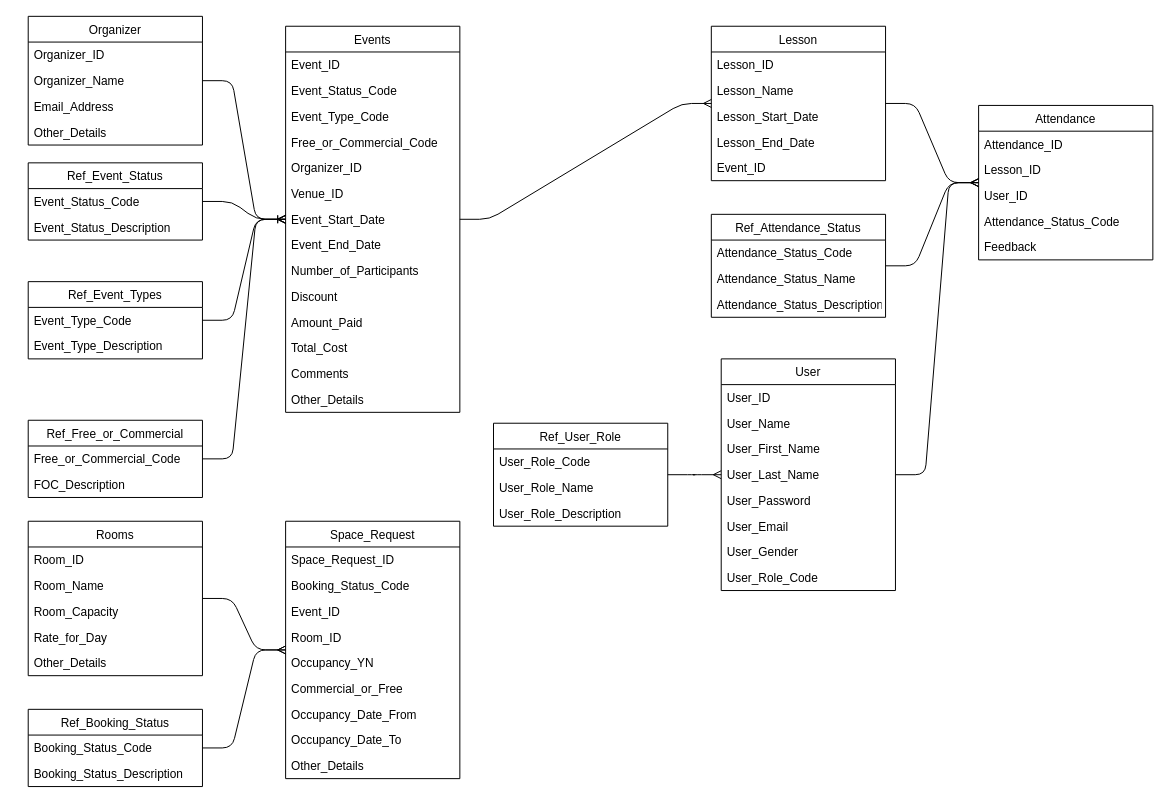
This is page "ERD" (2 of 4) of DellEvent.drawio from frostyseb/ITDP, a draw.io file, before an edit. Source tidied: cells renumbered, new cells numbered last; positions are measured from the earlier drawing's top-left corner, leaving out a move shared by most shapes. Both pictures are drawn from the tidied source at 99%, with x=0, y=0 at pixel (28, 16).
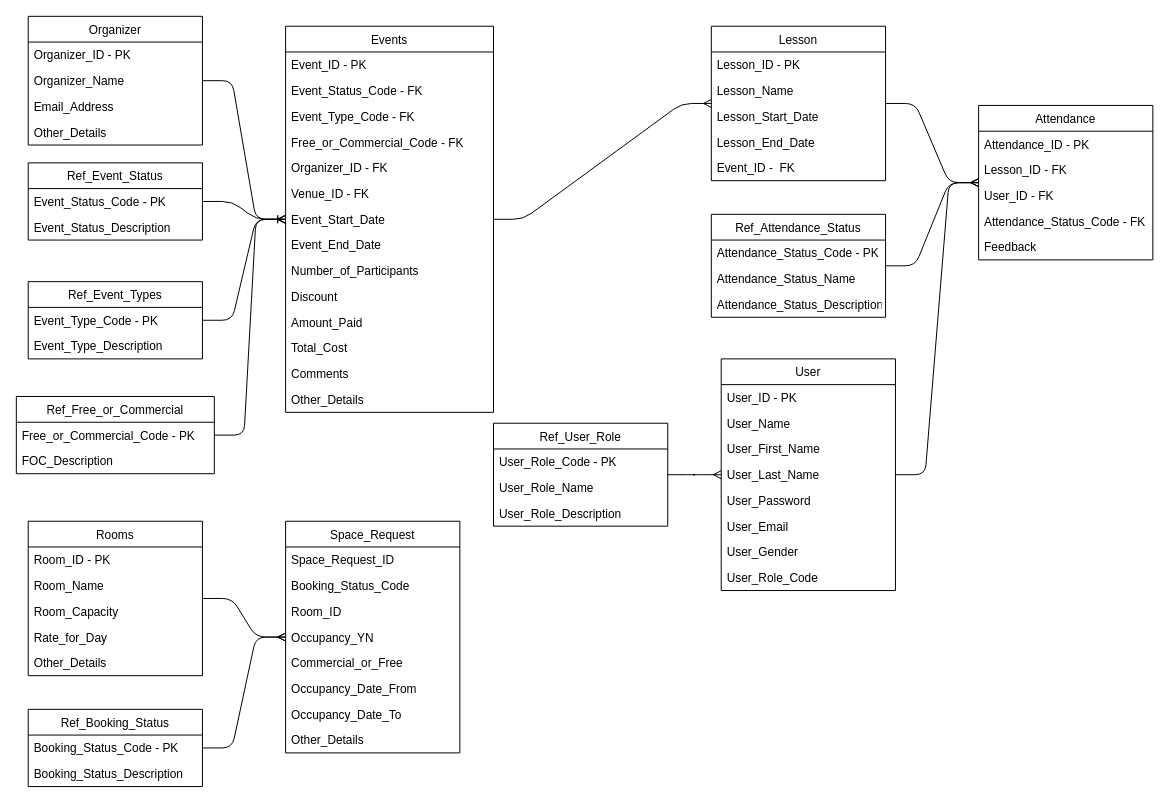
Above is the later version.

Commit message:
Added DBMS Key Type

The change refers to these unchanged cells:
```xml
<mxCell id="17" value="Organizer" style="swimlane;fontStyle=0;horizontal=1;startSize=26;fillColor=none;" parent="1" vertex="1">
  <mxGeometry width="176" height="130" as="geometry" />
</mxCell>
<mxCell id="22" value="Attendance" style="swimlane;fontStyle=0;horizontal=1;startSize=26;fillColor=none;" parent="1" vertex="1">
  <mxGeometry x="960" y="90" width="176" height="156" as="geometry" />
</mxCell>
<mxCell id="28" value="Ref_Event_Status" style="swimlane;fontStyle=0;horizontal=1;startSize=26;fillColor=none;" parent="1" vertex="1">
  <mxGeometry y="148" width="176" height="78" as="geometry" />
</mxCell>
<mxCell id="31" value="Ref_Event_Types" style="swimlane;fontStyle=0;horizontal=1;startSize=26;fillColor=none;" parent="1" vertex="1">
  <mxGeometry y="268" width="176" height="78" as="geometry" />
</mxCell>
<mxCell id="47" value="Rooms" style="swimlane;fontStyle=0;horizontal=1;startSize=26;fillColor=none;" parent="1" vertex="1">
  <mxGeometry y="510" width="176" height="156" as="geometry" />
</mxCell>
<mxCell id="53" value="Ref_Booking_Status" style="swimlane;fontStyle=0;horizontal=1;startSize=26;fillColor=none;" parent="1" vertex="1">
  <mxGeometry y="700" width="176" height="78" as="geometry" />
</mxCell>
<mxCell id="56" value="User" style="swimlane;fontStyle=0;horizontal=1;startSize=26;fillColor=none;" parent="1" vertex="1">
  <mxGeometry x="700" y="346" width="176" height="234" as="geometry" />
</mxCell>
<mxCell id="65" value="Lesson" style="swimlane;fontStyle=0;horizontal=1;startSize=26;fillColor=none;" parent="1" vertex="1">
  <mxGeometry x="690" y="10" width="176" height="156" as="geometry" />
</mxCell>
<mxCell id="71" value="Ref_Attendance_Status" style="swimlane;fontStyle=0;horizontal=1;startSize=26;fillColor=none;" parent="1" vertex="1">
  <mxGeometry x="690" y="200" width="176" height="104" as="geometry" />
</mxCell>
<mxCell id="85" value="Ref_User_Role" style="swimlane;fontStyle=0;horizontal=1;startSize=26;fillColor=none;" parent="1" vertex="1">
  <mxGeometry x="470" y="411" width="176" height="104" as="geometry" />
</mxCell>
```

What changed in the source:
```diff
@@
     <mxCell id="2" value="Events" style="swimlane;fontStyle=0;horizontal=1;startSize=26;fillColor=none;" parent="1" vertex="1">
-      <mxGeometry x="260" y="10" width="176" height="390" as="geometry" />
+      <mxGeometry x="260" y="10" width="210" height="390" as="geometry" />
     </mxCell>
-    <mxCell id="3" value="Event_ID" style="text;strokeColor=none;fillColor=none;align=left;verticalAlign=top;spacingLeft=4;spacingRight=4;overflow=hidden;" parent="2" vertex="1">
-      <mxGeometry y="26" width="176" height="26" as="geometry" />
+    <mxCell id="3" value="Event_ID - PK" style="text;strokeColor=none;fillColor=none;align=left;verticalAlign=top;spacingLeft=4;spacingRight=4;overflow=hidden;" parent="2" vertex="1">
+      <mxGeometry y="26" width="210" height="26" as="geometry" />
     </mxCell>
-    <mxCell id="4" value="Event_Status_Code" style="text;strokeColor=none;fillColor=none;align=left;verticalAlign=top;spacingLeft=4;spacingRight=4;overflow=hidden;" parent="2" vertex="1">
-      <mxGeometry y="52" width="176" height="26" as="geometry" />
+    <mxCell id="4" value="Event_Status_Code - FK" style="text;strokeColor=none;fillColor=none;align=left;verticalAlign=top;spacingLeft=4;spacingRight=4;overflow=hidden;" parent="2" vertex="1">
+      <mxGeometry y="52" width="210" height="26" as="geometry" />
     </mxCell>
-    <mxCell id="5" value="Event_Type_Code" style="text;strokeColor=none;fillColor=none;align=left;verticalAlign=top;spacingLeft=4;spacingRight=4;overflow=hidden;" parent="2" vertex="1">
-      <mxGeometry y="78" width="176" height="26" as="geometry" />
+    <mxCell id="5" value="Event_Type_Code - FK" style="text;strokeColor=none;fillColor=none;align=left;verticalAlign=top;spacingLeft=4;spacingRight=4;overflow=hidden;" parent="2" vertex="1">
+      <mxGeometry y="78" width="210" height="26" as="geometry" />
     </mxCell>
-    <mxCell id="6" value="Free_or_Commercial_Code" style="text;strokeColor=none;fillColor=none;align=left;verticalAlign=top;spacingLeft=4;spacingRight=4;overflow=hidden;" parent="2" vertex="1">
-      <mxGeometry y="104" width="176" height="26" as="geometry" />
+    <mxCell id="6" value="Free_or_Commercial_Code - FK" style="text;strokeColor=none;fillColor=none;align=left;verticalAlign=top;spacingLeft=4;spacingRight=4;overflow=hidden;" parent="2" vertex="1">
+      <mxGeometry y="104" width="210" height="26" as="geometry" />
     </mxCell>
-    <mxCell id="7" value="Organizer_ID" style="text;strokeColor=none;fillColor=none;align=left;verticalAlign=top;spacingLeft=4;spacingRight=4;overflow=hidden;" parent="2" vertex="1">
-      <mxGeometry y="130" width="176" height="26" as="geometry" />
+    <mxCell id="7" value="Organizer_ID - FK" style="text;strokeColor=none;fillColor=none;align=left;verticalAlign=top;spacingLeft=4;spacingRight=4;overflow=hidden;" parent="2" vertex="1">
+      <mxGeometry y="130" width="210" height="26" as="geometry" />
     </mxCell>
-    <mxCell id="8" value="Venue_ID" style="text;strokeColor=none;fillColor=none;align=left;verticalAlign=top;spacingLeft=4;spacingRight=4;overflow=hidden;" parent="2" vertex="1">
-      <mxGeometry y="156" width="176" height="26" as="geometry" />
+    <mxCell id="8" value="Venue_ID - FK" style="text;strokeColor=none;fillColor=none;align=left;verticalAlign=top;spacingLeft=4;spacingRight=4;overflow=hidden;" parent="2" vertex="1">
+      <mxGeometry y="156" width="210" height="26" as="geometry" />
     </mxCell>
     <mxCell id="9" value="Event_Start_Date" style="text;strokeColor=none;fillColor=none;align=left;verticalAlign=top;spacingLeft=4;spacingRight=4;overflow=hidden;points=[[0,0.5],[1,0.5]];portConstraint=eastwest;" parent="2" vertex="1">
-      <mxGeometry y="182" width="176" height="26" as="geometry" />
+      <mxGeometry y="182" width="210" height="26" as="geometry" />
     </mxCell>
     <mxCell id="10" value="Event_End_Date" style="text;strokeColor=none;fillColor=none;align=left;verticalAlign=top;spacingLeft=4;spacingRight=4;overflow=hidden;" parent="2" vertex="1">
-      <mxGeometry y="208" width="176" height="26" as="geometry" />
+      <mxGeometry y="208" width="210" height="26" as="geometry" />
     </mxCell>
     <mxCell id="11" value="Number_of_Participants" style="text;strokeColor=none;fillColor=none;align=left;verticalAlign=top;spacingLeft=4;spacingRight=4;overflow=hidden;" parent="2" vertex="1">
-      <mxGeometry y="234" width="176" height="26" as="geometry" />
+      <mxGeometry y="234" width="210" height="26" as="geometry" />
     </mxCell>
     <mxCell id="12" value="Discount" style="text;strokeColor=none;fillColor=none;align=left;verticalAlign=top;spacingLeft=4;spacingRight=4;overflow=hidden;" parent="2" vertex="1">
-      <mxGeometry y="260" width="176" height="26" as="geometry" />
+      <mxGeometry y="260" width="210" height="26" as="geometry" />
     </mxCell>
     <mxCell id="13" value="Amount_Paid" style="text;strokeColor=none;fillColor=none;align=left;verticalAlign=top;spacingLeft=4;spacingRight=4;overflow=hidden;" parent="2" vertex="1">
-      <mxGeometry y="286" width="176" height="26" as="geometry" />
+      <mxGeometry y="286" width="210" height="26" as="geometry" />
     </mxCell>
     <mxCell id="14" value="Total_Cost" style="text;strokeColor=none;fillColor=none;align=left;verticalAlign=top;spacingLeft=4;spacingRight=4;overflow=hidden;" parent="2" vertex="1">
-      <mxGeometry y="312" width="176" height="26" as="geometry" />
+      <mxGeometry y="312" width="210" height="26" as="geometry" />
     </mxCell>
     <mxCell id="15" value="Comments" style="text;strokeColor=none;fillColor=none;align=left;verticalAlign=top;spacingLeft=4;spacingRight=4;overflow=hidden;" parent="2" vertex="1">
-      <mxGeometry y="338" width="176" height="26" as="geometry" />
+      <mxGeometry y="338" width="210" height="26" as="geometry" />
     </mxCell>
     <mxCell id="16" value="Other_Details" style="text;strokeColor=none;fillColor=none;align=left;verticalAlign=top;spacingLeft=4;spacingRight=4;overflow=hidden;" parent="2" vertex="1">
-      <mxGeometry y="364" width="176" height="26" as="geometry" />
+      <mxGeometry y="364" width="210" height="26" as="geometry" />
     </mxCell>
@@
-    <mxCell id="18" value="Organizer_ID" style="text;strokeColor=none;fillColor=none;align=left;verticalAlign=top;spacingLeft=4;spacingRight=4;overflow=hidden;" parent="17" vertex="1">
+    <mxCell id="18" value="Organizer_ID - PK" style="text;strokeColor=none;fillColor=none;align=left;verticalAlign=top;spacingLeft=4;spacingRight=4;overflow=hidden;" parent="17" vertex="1">
       <mxGeometry y="26" width="176" height="26" as="geometry" />
     </mxCell>
@@
-    <mxCell id="23" value="Attendance_ID" style="text;strokeColor=none;fillColor=none;align=left;verticalAlign=top;spacingLeft=4;spacingRight=4;overflow=hidden;" parent="22" vertex="1">
+    <mxCell id="23" value="Attendance_ID - PK" style="text;strokeColor=none;fillColor=none;align=left;verticalAlign=top;spacingLeft=4;spacingRight=4;overflow=hidden;" parent="22" vertex="1">
       <mxGeometry y="26" width="176" height="26" as="geometry" />
     </mxCell>
-    <mxCell id="24" value="Lesson_ID" style="text;strokeColor=none;fillColor=none;align=left;verticalAlign=top;spacingLeft=4;spacingRight=4;overflow=hidden;" parent="22" vertex="1">
+    <mxCell id="24" value="Lesson_ID - FK" style="text;strokeColor=none;fillColor=none;align=left;verticalAlign=top;spacingLeft=4;spacingRight=4;overflow=hidden;" parent="22" vertex="1">
       <mxGeometry y="52" width="176" height="26" as="geometry" />
     </mxCell>
-    <mxCell id="25" value="User_ID" style="text;strokeColor=none;fillColor=none;align=left;verticalAlign=top;spacingLeft=4;spacingRight=4;overflow=hidden;" parent="22" vertex="1">
+    <mxCell id="25" value="User_ID - FK" style="text;strokeColor=none;fillColor=none;align=left;verticalAlign=top;spacingLeft=4;spacingRight=4;overflow=hidden;" parent="22" vertex="1">
       <mxGeometry y="78" width="176" height="26" as="geometry" />
     </mxCell>
-    <mxCell id="26" value="Attendance_Status_Code" style="text;strokeColor=none;fillColor=none;align=left;verticalAlign=top;spacingLeft=4;spacingRight=4;overflow=hidden;" parent="22" vertex="1">
+    <mxCell id="26" value="Attendance_Status_Code - FK" style="text;strokeColor=none;fillColor=none;align=left;verticalAlign=top;spacingLeft=4;spacingRight=4;overflow=hidden;" parent="22" vertex="1">
       <mxGeometry y="104" width="176" height="26" as="geometry" />
     </mxCell>
@@
-    <mxCell id="29" value="Event_Status_Code" style="text;strokeColor=none;fillColor=none;align=left;verticalAlign=top;spacingLeft=4;spacingRight=4;overflow=hidden;" parent="28" vertex="1">
+    <mxCell id="29" value="Event_Status_Code - PK" style="text;strokeColor=none;fillColor=none;align=left;verticalAlign=top;spacingLeft=4;spacingRight=4;overflow=hidden;" parent="28" vertex="1">
       <mxGeometry y="26" width="176" height="26" as="geometry" />
     </mxCell>
@@
-    <mxCell id="32" value="Event_Type_Code" style="text;strokeColor=none;fillColor=none;align=left;verticalAlign=top;spacingLeft=4;spacingRight=4;overflow=hidden;" parent="31" vertex="1">
+    <mxCell id="32" value="Event_Type_Code - PK" style="text;strokeColor=none;fillColor=none;align=left;verticalAlign=top;spacingLeft=4;spacingRight=4;overflow=hidden;" parent="31" vertex="1">
       <mxGeometry y="26" width="176" height="26" as="geometry" />
     </mxCell>
@@
     <mxCell id="34" value="Ref_Free_or_Commercial" style="swimlane;fontStyle=0;horizontal=1;startSize=26;fillColor=none;" parent="1" vertex="1">
-      <mxGeometry y="408" width="176" height="78" as="geometry" />
+      <mxGeometry x="-12" y="384" width="200" height="78" as="geometry" />
     </mxCell>
-    <mxCell id="35" value="Free_or_Commercial_Code" style="text;strokeColor=none;fillColor=none;align=left;verticalAlign=top;spacingLeft=4;spacingRight=4;overflow=hidden;" parent="34" vertex="1">
-      <mxGeometry y="26" width="176" height="26" as="geometry" />
+    <mxCell id="35" value="Free_or_Commercial_Code - PK" style="text;strokeColor=none;fillColor=none;align=left;verticalAlign=top;spacingLeft=4;spacingRight=4;overflow=hidden;" parent="34" vertex="1">
+      <mxGeometry y="26" width="200" height="26" as="geometry" />
     </mxCell>
     <mxCell id="36" value="FOC_Description" style="text;strokeColor=none;fillColor=none;align=left;verticalAlign=top;spacingLeft=4;spacingRight=4;overflow=hidden;" parent="34" vertex="1">
-      <mxGeometry y="52" width="176" height="26" as="geometry" />
+      <mxGeometry y="52" width="200" height="26" as="geometry" />
     </mxCell>
     <mxCell id="37" value="Space_Request" style="swimlane;fontStyle=0;horizontal=1;startSize=26;fillColor=none;" parent="1" vertex="1">
-      <mxGeometry x="260" y="510" width="176" height="260" as="geometry" />
+      <mxGeometry x="260" y="510" width="176" height="234" as="geometry" />
     </mxCell>
@@
-    <mxCell id="40" value="Event_ID" style="text;strokeColor=none;fillColor=none;align=left;verticalAlign=top;spacingLeft=4;spacingRight=4;overflow=hidden;" parent="37" vertex="1">
-      <mxGeometry y="78" width="176" height="26" as="geometry" />
-    </mxCell>
     <mxCell id="41" value="Room_ID" style="text;strokeColor=none;fillColor=none;align=left;verticalAlign=top;spacingLeft=4;spacingRight=4;overflow=hidden;" parent="37" vertex="1">
-      <mxGeometry y="104" width="176" height="26" as="geometry" />
+      <mxGeometry y="78" width="176" height="26" as="geometry" />
     </mxCell>
     <mxCell id="42" value="Occupancy_YN" style="text;strokeColor=none;fillColor=none;align=left;verticalAlign=top;spacingLeft=4;spacingRight=4;overflow=hidden;" parent="37" vertex="1">
-      <mxGeometry y="130" width="176" height="26" as="geometry" />
+      <mxGeometry y="104" width="176" height="26" as="geometry" />
     </mxCell>
     <mxCell id="43" value="Commercial_or_Free" style="text;strokeColor=none;fillColor=none;align=left;verticalAlign=top;spacingLeft=4;spacingRight=4;overflow=hidden;" parent="37" vertex="1">
-      <mxGeometry y="156" width="176" height="26" as="geometry" />
+      <mxGeometry y="130" width="176" height="26" as="geometry" />
     </mxCell>
     <mxCell id="44" value="Occupancy_Date_From" style="text;strokeColor=none;fillColor=none;align=left;verticalAlign=top;spacingLeft=4;spacingRight=4;overflow=hidden;" parent="37" vertex="1">
-      <mxGeometry y="182" width="176" height="26" as="geometry" />
+      <mxGeometry y="156" width="176" height="26" as="geometry" />
     </mxCell>
     <mxCell id="45" value="Occupancy_Date_To" style="text;strokeColor=none;fillColor=none;align=left;verticalAlign=top;spacingLeft=4;spacingRight=4;overflow=hidden;" parent="37" vertex="1">
-      <mxGeometry y="208" width="176" height="26" as="geometry" />
+      <mxGeometry y="182" width="176" height="26" as="geometry" />
     </mxCell>
     <mxCell id="46" value="Other_Details" style="text;strokeColor=none;fillColor=none;align=left;verticalAlign=top;spacingLeft=4;spacingRight=4;overflow=hidden;" parent="37" vertex="1">
-      <mxGeometry y="234" width="176" height="26" as="geometry" />
+      <mxGeometry y="208" width="176" height="26" as="geometry" />
     </mxCell>
@@
-    <mxCell id="48" value="Room_ID" style="text;strokeColor=none;fillColor=none;align=left;verticalAlign=top;spacingLeft=4;spacingRight=4;overflow=hidden;" parent="47" vertex="1">
+    <mxCell id="48" value="Room_ID - PK" style="text;strokeColor=none;fillColor=none;align=left;verticalAlign=top;spacingLeft=4;spacingRight=4;overflow=hidden;" parent="47" vertex="1">
       <mxGeometry y="26" width="176" height="26" as="geometry" />
     </mxCell>
@@
-    <mxCell id="54" value="Booking_Status_Code" style="text;strokeColor=none;fillColor=none;align=left;verticalAlign=top;spacingLeft=4;spacingRight=4;overflow=hidden;" parent="53" vertex="1">
+    <mxCell id="54" value="Booking_Status_Code - PK" style="text;strokeColor=none;fillColor=none;align=left;verticalAlign=top;spacingLeft=4;spacingRight=4;overflow=hidden;" parent="53" vertex="1">
       <mxGeometry y="26" width="176" height="26" as="geometry" />
     </mxCell>
@@
-    <mxCell id="57" value="User_ID" style="text;strokeColor=none;fillColor=none;align=left;verticalAlign=top;spacingLeft=4;spacingRight=4;overflow=hidden;" parent="56" vertex="1">
+    <mxCell id="57" value="User_ID - PK" style="text;strokeColor=none;fillColor=none;align=left;verticalAlign=top;spacingLeft=4;spacingRight=4;overflow=hidden;" parent="56" vertex="1">
       <mxGeometry y="26" width="176" height="26" as="geometry" />
     </mxCell>
@@
-    <mxCell id="66" value="Lesson_ID" style="text;strokeColor=none;fillColor=none;align=left;verticalAlign=top;spacingLeft=4;spacingRight=4;overflow=hidden;" parent="65" vertex="1">
+    <mxCell id="66" value="Lesson_ID - PK" style="text;strokeColor=none;fillColor=none;align=left;verticalAlign=top;spacingLeft=4;spacingRight=4;overflow=hidden;" parent="65" vertex="1">
       <mxGeometry y="26" width="176" height="26" as="geometry" />
     </mxCell>
@@
-    <mxCell id="70" value="Event_ID" style="text;strokeColor=none;fillColor=none;align=left;verticalAlign=top;spacingLeft=4;spacingRight=4;overflow=hidden;" parent="65" vertex="1">
+    <mxCell id="70" value="Event_ID -  FK" style="text;strokeColor=none;fillColor=none;align=left;verticalAlign=top;spacingLeft=4;spacingRight=4;overflow=hidden;" parent="65" vertex="1">
       <mxGeometry y="130" width="176" height="26" as="geometry" />
     </mxCell>
@@
-    <mxCell id="72" value="Attendance_Status_Code" style="text;strokeColor=none;fillColor=none;align=left;verticalAlign=top;spacingLeft=4;spacingRight=4;overflow=hidden;" parent="71" vertex="1">
+    <mxCell id="72" value="Attendance_Status_Code - PK" style="text;strokeColor=none;fillColor=none;align=left;verticalAlign=top;spacingLeft=4;spacingRight=4;overflow=hidden;" parent="71" vertex="1">
       <mxGeometry y="26" width="176" height="26" as="geometry" />
     </mxCell>
@@
-    <mxCell id="86" value="User_Role_Code" style="text;strokeColor=none;fillColor=none;align=left;verticalAlign=top;spacingLeft=4;spacingRight=4;overflow=hidden;" parent="85" vertex="1">
+    <mxCell id="86" value="User_Role_Code - PK" style="text;strokeColor=none;fillColor=none;align=left;verticalAlign=top;spacingLeft=4;spacingRight=4;overflow=hidden;" parent="85" vertex="1">
       <mxGeometry y="26" width="176" height="26" as="geometry" />
     </mxCell>
```
